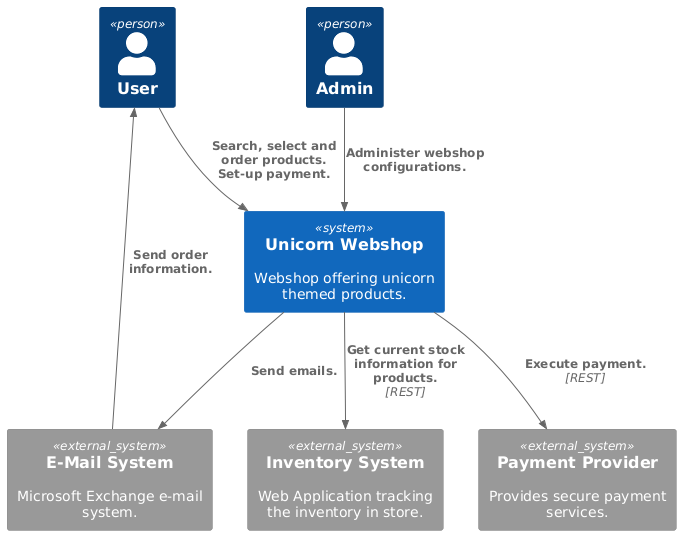
iris-hunkeler/architecture-documentation keeps this PlantUML diagram as images/c4-1-context.png. Above is the earlier version.
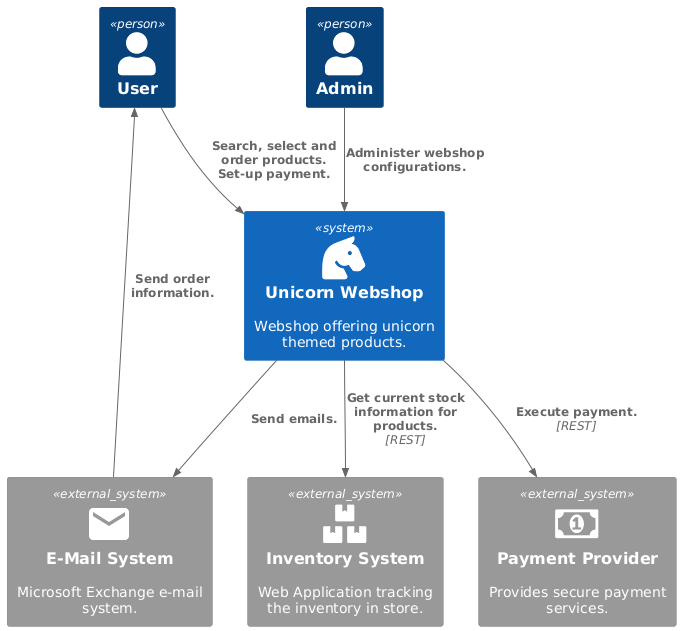
After the change.

Change to the diagram source:
```diff
@@ -1,13 +1,21 @@
 @startuml c4-1-context
 !include <C4/C4_Context>
+
+
+!include <tupadr3/font-awesome-5/horse_head>
+!include <tupadr3/material/email>
+!include <tupadr3/font-awesome/money>
+!include <tupadr3/font-awesome-5/boxes>
+
+!include <awslib/AWSCommon>
 
 Person(admin, "Admin")
 Person(user, "User")
 
-System(system, "Unicorn Webshop", "Webshop offering unicorn themed products.")
-System_Ext(inventory, "Inventory System", "Web Application tracking the inventory in store.")
-System_Ext(payment, "Payment Provider", "Provides secure payment services.")
-System_Ext(email, "E-Mail System", "Microsoft Exchange e-mail system.")
+System(system, "Unicorn Webshop", "Webshop offering unicorn themed products.", $sprite=horse_head)
+System_Ext(inventory, "Inventory System", "Web Application tracking the inventory in store.", $sprite="boxes")
+System_Ext(payment, "Payment Provider", "Provides secure payment services.", $sprite="money")
+System_Ext(email, "E-Mail System", "Microsoft Exchange e-mail system.", $sprite="email")
 
 Rel_D(user, system, "Search, select and order products. Set-up payment.")
 Rel_D(admin, system, "Administer webshop configurations.")
```
